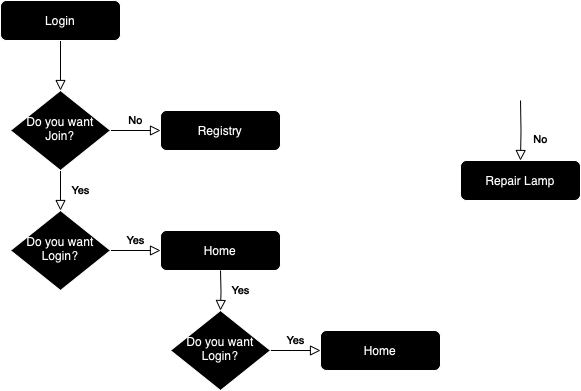
This is design/To-Do App FlowChart.png from imaneya/clush-todo-backend, a draw.io export, as it was before one commit. Source tidied: cells renumbered, new cells last; positions are measured from the earlier drawing's top-left corner, leaving out a move shared by most shapes. Its diagram source:
```xml
<mxGraphModel background="#ffffff">
  <root>
    <mxCell id="0" />
    <mxCell id="1" parent="0" />
    <mxCell id="2" style="rounded=0;html=1;jettySize=auto;fontSize=11;endArrow=block;endFill=0;endSize=8;strokeWidth=1;shadow=0;labelBackgroundColor=none;edgeStyle=orthogonalEdgeStyle;fontColor=#FFFFFF;strokeColor=#FFFFFF;" parent="1" edge="1" source="3" target="6">
      <mxGeometry relative="1" as="geometry" />
    </mxCell>
    <mxCell id="3" value="Login" style="rounded=1;whiteSpace=wrap;html=1;fontSize=12;glass=0;strokeWidth=1;shadow=0;" parent="1" vertex="1">
      <mxGeometry width="120" height="40" as="geometry" />
    </mxCell>
    <mxCell id="4" value="Yes" style="rounded=0;html=1;jettySize=auto;fontSize=11;endArrow=block;endFill=0;endSize=8;strokeWidth=1;shadow=0;labelBackgroundColor=none;edgeStyle=orthogonalEdgeStyle;fontColor=#FFFFFF;strokeColor=#FFFFFF;" parent="1" edge="1" source="6" target="10">
      <mxGeometry y="20" relative="1" as="geometry" />
    </mxCell>
    <mxCell id="5" value="No" style="edgeStyle=orthogonalEdgeStyle;rounded=0;html=1;jettySize=auto;fontSize=11;endArrow=block;endFill=0;endSize=8;strokeWidth=1;shadow=0;labelBackgroundColor=none;fontColor=#FFFFFF;strokeColor=#FFFFFF;" parent="1" edge="1" source="6" target="7">
      <mxGeometry y="10" relative="1" as="geometry" />
    </mxCell>
    <mxCell id="6" value="Do you want&lt;div&gt;Join?&lt;/div&gt;" style="rhombus;whiteSpace=wrap;html=1;shadow=0;fontFamily=Helvetica;fontSize=12;align=center;strokeWidth=1;spacing=6;spacingTop=-4;" parent="1" vertex="1">
      <mxGeometry x="10" y="90" width="100" height="80" as="geometry" />
    </mxCell>
    <mxCell id="7" value="Registry" style="rounded=1;whiteSpace=wrap;html=1;fontSize=12;glass=0;strokeWidth=1;shadow=0;" parent="1" vertex="1">
      <mxGeometry x="160" y="110" width="120" height="40" as="geometry" />
    </mxCell>
    <mxCell id="8" value="No" style="rounded=0;html=1;jettySize=auto;fontSize=11;endArrow=block;endFill=0;endSize=8;strokeWidth=1;shadow=0;labelBackgroundColor=none;edgeStyle=orthogonalEdgeStyle;fontColor=#FFFFFF;strokeColor=#FFFFFF;" parent="1" edge="1" target="11">
      <mxGeometry x="0.33" y="20" relative="1" as="geometry">
        <mxPoint x="520" y="100" as="sourcePoint" />
      </mxGeometry>
    </mxCell>
    <mxCell id="9" value="Yes" style="edgeStyle=orthogonalEdgeStyle;rounded=0;html=1;jettySize=auto;fontSize=11;endArrow=block;endFill=0;endSize=8;strokeWidth=1;shadow=0;labelBackgroundColor=none;fontColor=#FFFFFF;strokeColor=#FFFFFF;" parent="1" edge="1" source="10" target="12">
      <mxGeometry y="10" relative="1" as="geometry" />
    </mxCell>
    <mxCell id="10" value="Do you want&lt;div&gt;Login?&lt;/div&gt;" style="rhombus;whiteSpace=wrap;html=1;shadow=0;fontFamily=Helvetica;fontSize=12;align=center;strokeWidth=1;spacing=6;spacingTop=-4;" parent="1" vertex="1">
      <mxGeometry x="10" y="210" width="100" height="80" as="geometry" />
    </mxCell>
    <mxCell id="11" value="Repair Lamp" style="rounded=1;whiteSpace=wrap;html=1;fontSize=12;glass=0;strokeWidth=1;shadow=0;" parent="1" vertex="1">
      <mxGeometry x="460" y="160" width="120" height="40" as="geometry" />
    </mxCell>
    <mxCell id="12" value="Home" style="rounded=1;whiteSpace=wrap;html=1;fontSize=12;glass=0;strokeWidth=1;shadow=0;" parent="1" vertex="1">
      <mxGeometry x="160" y="230" width="120" height="40" as="geometry" />
    </mxCell>
    <mxCell id="13" value="Yes" style="rounded=0;html=1;jettySize=auto;fontSize=11;endArrow=block;endFill=0;endSize=8;strokeWidth=1;shadow=0;labelBackgroundColor=none;edgeStyle=orthogonalEdgeStyle;fontColor=#FFFFFF;strokeColor=#FFFFFF;" parent="1" edge="1" target="15">
      <mxGeometry y="20" relative="1" as="geometry">
        <mxPoint x="220" y="270" as="sourcePoint" />
      </mxGeometry>
    </mxCell>
    <mxCell id="14" value="Yes" style="edgeStyle=orthogonalEdgeStyle;rounded=0;html=1;jettySize=auto;fontSize=11;endArrow=block;endFill=0;endSize=8;strokeWidth=1;shadow=0;labelBackgroundColor=none;fontColor=#FFFFFF;strokeColor=#FFFFFF;" parent="1" edge="1" source="15" target="16">
      <mxGeometry y="10" relative="1" as="geometry" />
    </mxCell>
    <mxCell id="15" value="Do you want&lt;div&gt;Login?&lt;/div&gt;" style="rhombus;whiteSpace=wrap;html=1;shadow=0;fontFamily=Helvetica;fontSize=12;align=center;strokeWidth=1;spacing=6;spacingTop=-4;" parent="1" vertex="1">
      <mxGeometry x="170" y="310" width="100" height="80" as="geometry" />
    </mxCell>
    <mxCell id="16" value="Home" style="rounded=1;whiteSpace=wrap;html=1;fontSize=12;glass=0;strokeWidth=1;shadow=0;" parent="1" vertex="1">
      <mxGeometry x="320" y="330" width="120" height="40" as="geometry" />
    </mxCell>
  </root>
</mxGraphModel>
```
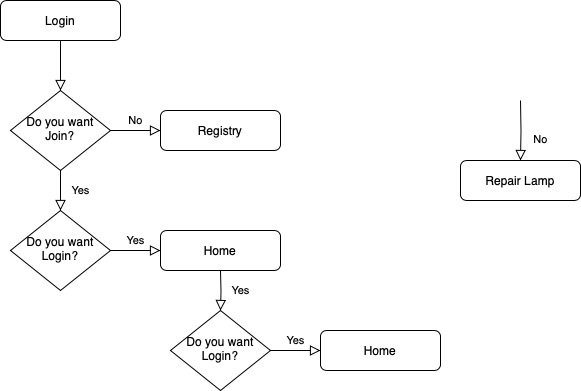
Later version of the same file.

What changed in the source:
```diff
@@ -2,53 +2,53 @@
   <root>
     <mxCell id="0" />
     <mxCell id="1" parent="0" />
-    <mxCell id="2" style="rounded=0;html=1;jettySize=auto;fontSize=11;endArrow=block;endFill=0;endSize=8;strokeWidth=1;shadow=0;labelBackgroundColor=none;edgeStyle=orthogonalEdgeStyle;fontColor=#FFFFFF;strokeColor=#FFFFFF;" parent="1" edge="1" source="3" target="6">
+    <mxCell id="2" style="rounded=0;html=1;jettySize=auto;fontSize=11;endArrow=block;endFill=0;endSize=8;strokeWidth=1;shadow=0;labelBackgroundColor=none;edgeStyle=orthogonalEdgeStyle;fontColor=#000000;strokeColor=#000000;" parent="1" edge="1" source="3" target="6">
       <mxGeometry relative="1" as="geometry" />
     </mxCell>
-    <mxCell id="3" value="Login" style="rounded=1;whiteSpace=wrap;html=1;fontSize=12;glass=0;strokeWidth=1;shadow=0;" parent="1" vertex="1">
+    <mxCell id="3" value="Login" style="rounded=1;whiteSpace=wrap;html=1;fontSize=12;glass=0;strokeWidth=1;shadow=0;fontColor=#000000;" parent="1" vertex="1">
       <mxGeometry width="120" height="40" as="geometry" />
     </mxCell>
-    <mxCell id="4" value="Yes" style="rounded=0;html=1;jettySize=auto;fontSize=11;endArrow=block;endFill=0;endSize=8;strokeWidth=1;shadow=0;labelBackgroundColor=none;edgeStyle=orthogonalEdgeStyle;fontColor=#FFFFFF;strokeColor=#FFFFFF;" parent="1" edge="1" source="6" target="10">
+    <mxCell id="4" value="Yes" style="rounded=0;html=1;jettySize=auto;fontSize=11;endArrow=block;endFill=0;endSize=8;strokeWidth=1;shadow=0;labelBackgroundColor=none;edgeStyle=orthogonalEdgeStyle;fontColor=#000000;strokeColor=#000000;" parent="1" edge="1" source="6" target="10">
       <mxGeometry y="20" relative="1" as="geometry" />
     </mxCell>
-    <mxCell id="5" value="No" style="edgeStyle=orthogonalEdgeStyle;rounded=0;html=1;jettySize=auto;fontSize=11;endArrow=block;endFill=0;endSize=8;strokeWidth=1;shadow=0;labelBackgroundColor=none;fontColor=#FFFFFF;strokeColor=#FFFFFF;" parent="1" edge="1" source="6" target="7">
+    <mxCell id="5" value="No" style="edgeStyle=orthogonalEdgeStyle;rounded=0;html=1;jettySize=auto;fontSize=11;endArrow=block;endFill=0;endSize=8;strokeWidth=1;shadow=0;labelBackgroundColor=none;fontColor=#000000;strokeColor=#000000;" parent="1" edge="1" source="6" target="7">
       <mxGeometry y="10" relative="1" as="geometry" />
     </mxCell>
-    <mxCell id="6" value="Do you want&lt;div&gt;Join?&lt;/div&gt;" style="rhombus;whiteSpace=wrap;html=1;shadow=0;fontFamily=Helvetica;fontSize=12;align=center;strokeWidth=1;spacing=6;spacingTop=-4;" parent="1" vertex="1">
+    <mxCell id="6" value="Do you want&lt;div&gt;Join?&lt;/div&gt;" style="rhombus;whiteSpace=wrap;html=1;shadow=0;fontFamily=Helvetica;fontSize=12;align=center;strokeWidth=1;spacing=6;spacingTop=-4;fontColor=#000000;" parent="1" vertex="1">
       <mxGeometry x="10" y="90" width="100" height="80" as="geometry" />
     </mxCell>
-    <mxCell id="7" value="Registry" style="rounded=1;whiteSpace=wrap;html=1;fontSize=12;glass=0;strokeWidth=1;shadow=0;" parent="1" vertex="1">
+    <mxCell id="7" value="Registry" style="rounded=1;whiteSpace=wrap;html=1;fontSize=12;glass=0;strokeWidth=1;shadow=0;fontColor=#000000;" parent="1" vertex="1">
       <mxGeometry x="160" y="110" width="120" height="40" as="geometry" />
     </mxCell>
-    <mxCell id="8" value="No" style="rounded=0;html=1;jettySize=auto;fontSize=11;endArrow=block;endFill=0;endSize=8;strokeWidth=1;shadow=0;labelBackgroundColor=none;edgeStyle=orthogonalEdgeStyle;fontColor=#FFFFFF;strokeColor=#FFFFFF;" parent="1" edge="1" target="11">
+    <mxCell id="8" value="No" style="rounded=0;html=1;jettySize=auto;fontSize=11;endArrow=block;endFill=0;endSize=8;strokeWidth=1;shadow=0;labelBackgroundColor=none;edgeStyle=orthogonalEdgeStyle;fontColor=#000000;strokeColor=#000000;" parent="1" edge="1" target="11">
       <mxGeometry x="0.33" y="20" relative="1" as="geometry">
         <mxPoint x="520" y="100" as="sourcePoint" />
       </mxGeometry>
     </mxCell>
-    <mxCell id="9" value="Yes" style="edgeStyle=orthogonalEdgeStyle;rounded=0;html=1;jettySize=auto;fontSize=11;endArrow=block;endFill=0;endSize=8;strokeWidth=1;shadow=0;labelBackgroundColor=none;fontColor=#FFFFFF;strokeColor=#FFFFFF;" parent="1" edge="1" source="10" target="12">
+    <mxCell id="9" value="Yes" style="edgeStyle=orthogonalEdgeStyle;rounded=0;html=1;jettySize=auto;fontSize=11;endArrow=block;endFill=0;endSize=8;strokeWidth=1;shadow=0;labelBackgroundColor=none;fontColor=#000000;strokeColor=#000000;" parent="1" edge="1" source="10" target="12">
       <mxGeometry y="10" relative="1" as="geometry" />
     </mxCell>
-    <mxCell id="10" value="Do you want&lt;div&gt;Login?&lt;/div&gt;" style="rhombus;whiteSpace=wrap;html=1;shadow=0;fontFamily=Helvetica;fontSize=12;align=center;strokeWidth=1;spacing=6;spacingTop=-4;" parent="1" vertex="1">
+    <mxCell id="10" value="Do you want&lt;div&gt;Login?&lt;/div&gt;" style="rhombus;whiteSpace=wrap;html=1;shadow=0;fontFamily=Helvetica;fontSize=12;align=center;strokeWidth=1;spacing=6;spacingTop=-4;fontColor=#000000;" parent="1" vertex="1">
       <mxGeometry x="10" y="210" width="100" height="80" as="geometry" />
     </mxCell>
-    <mxCell id="11" value="Repair Lamp" style="rounded=1;whiteSpace=wrap;html=1;fontSize=12;glass=0;strokeWidth=1;shadow=0;" parent="1" vertex="1">
+    <mxCell id="11" value="Repair Lamp" style="rounded=1;whiteSpace=wrap;html=1;fontSize=12;glass=0;strokeWidth=1;shadow=0;fontColor=#000000;" parent="1" vertex="1">
       <mxGeometry x="460" y="160" width="120" height="40" as="geometry" />
     </mxCell>
-    <mxCell id="12" value="Home" style="rounded=1;whiteSpace=wrap;html=1;fontSize=12;glass=0;strokeWidth=1;shadow=0;" parent="1" vertex="1">
+    <mxCell id="12" value="Home" style="rounded=1;whiteSpace=wrap;html=1;fontSize=12;glass=0;strokeWidth=1;shadow=0;fontColor=#000000;" parent="1" vertex="1">
       <mxGeometry x="160" y="230" width="120" height="40" as="geometry" />
     </mxCell>
-    <mxCell id="13" value="Yes" style="rounded=0;html=1;jettySize=auto;fontSize=11;endArrow=block;endFill=0;endSize=8;strokeWidth=1;shadow=0;labelBackgroundColor=none;edgeStyle=orthogonalEdgeStyle;fontColor=#FFFFFF;strokeColor=#FFFFFF;" parent="1" edge="1" target="15">
+    <mxCell id="13" value="Yes" style="rounded=0;html=1;jettySize=auto;fontSize=11;endArrow=block;endFill=0;endSize=8;strokeWidth=1;shadow=0;labelBackgroundColor=none;edgeStyle=orthogonalEdgeStyle;fontColor=#000000;strokeColor=#000000;" parent="1" edge="1" target="15">
       <mxGeometry y="20" relative="1" as="geometry">
         <mxPoint x="220" y="270" as="sourcePoint" />
       </mxGeometry>
     </mxCell>
-    <mxCell id="14" value="Yes" style="edgeStyle=orthogonalEdgeStyle;rounded=0;html=1;jettySize=auto;fontSize=11;endArrow=block;endFill=0;endSize=8;strokeWidth=1;shadow=0;labelBackgroundColor=none;fontColor=#FFFFFF;strokeColor=#FFFFFF;" parent="1" edge="1" source="15" target="16">
+    <mxCell id="14" value="Yes" style="edgeStyle=orthogonalEdgeStyle;rounded=0;html=1;jettySize=auto;fontSize=11;endArrow=block;endFill=0;endSize=8;strokeWidth=1;shadow=0;labelBackgroundColor=none;fontColor=#000000;strokeColor=#000000;" parent="1" edge="1" source="15" target="16">
       <mxGeometry y="10" relative="1" as="geometry" />
     </mxCell>
-    <mxCell id="15" value="Do you want&lt;div&gt;Login?&lt;/div&gt;" style="rhombus;whiteSpace=wrap;html=1;shadow=0;fontFamily=Helvetica;fontSize=12;align=center;strokeWidth=1;spacing=6;spacingTop=-4;" parent="1" vertex="1">
+    <mxCell id="15" value="Do you want&lt;div&gt;Login?&lt;/div&gt;" style="rhombus;whiteSpace=wrap;html=1;shadow=0;fontFamily=Helvetica;fontSize=12;align=center;strokeWidth=1;spacing=6;spacingTop=-4;fontColor=#000000;" parent="1" vertex="1">
       <mxGeometry x="170" y="310" width="100" height="80" as="geometry" />
     </mxCell>
-    <mxCell id="16" value="Home" style="rounded=1;whiteSpace=wrap;html=1;fontSize=12;glass=0;strokeWidth=1;shadow=0;" parent="1" vertex="1">
+    <mxCell id="16" value="Home" style="rounded=1;whiteSpace=wrap;html=1;fontSize=12;glass=0;strokeWidth=1;shadow=0;fontColor=#000000;" parent="1" vertex="1">
       <mxGeometry x="320" y="330" width="120" height="40" as="geometry" />
     </mxCell>
   </root>
```
